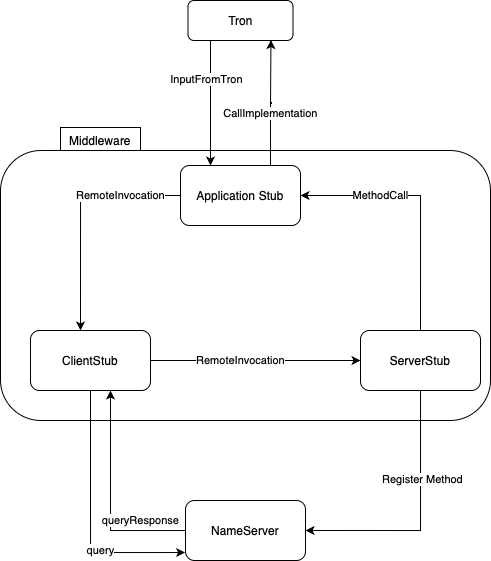
Earlier version of the draw.io export doku-middleware/Middleware-Technischer-Kontext.drawio.png (PrismFox/tron-game). Source tidied: cells renumbered, new cells last; positions are measured from the earlier drawing's top-left corner, leaving out a move shared by most shapes.
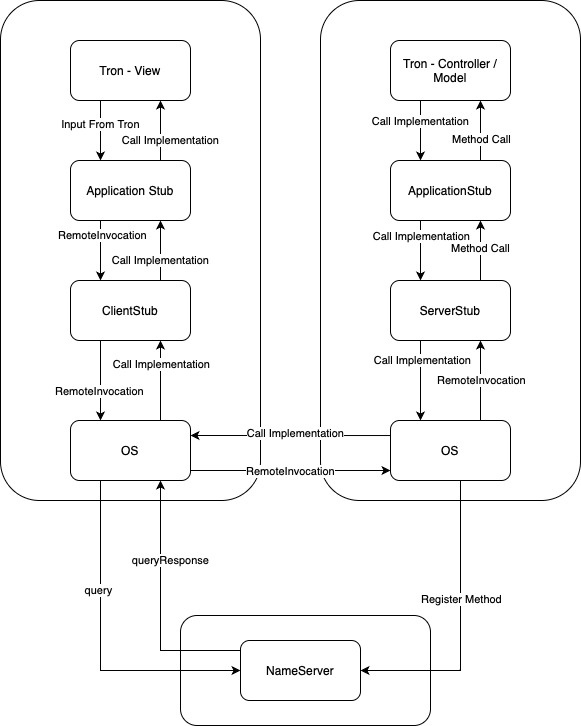
Above is the later version.

What changed in the source:
```diff
@@ -2,110 +2,243 @@
   <root>
     <mxCell id="0" />
     <mxCell id="1" parent="0" />
-    <mxCell id="2" value="Middleware" style="rounded=0;whiteSpace=wrap;html=1;verticalAlign=top;" parent="1" vertex="1">
-      <mxGeometry x="60" y="127" width="80" height="30" as="geometry" />
-    </mxCell>
-    <mxCell id="3" style="rounded=1;whiteSpace=wrap;html=1;" parent="1" vertex="1">
-      <mxGeometry y="150" width="490" height="270" as="geometry" />
-    </mxCell>
-    <mxCell id="4" style="edgeStyle=orthogonalEdgeStyle;rounded=0;jettySize=auto;html=1;entryX=0.25;entryY=0;entryDx=0;entryDy=0;" parent="1" edge="1" target="11">
-      <mxGeometry relative="1" as="geometry">
-        <mxPoint x="210" y="40" as="sourcePoint" />
-      </mxGeometry>
-    </mxCell>
-    <mxCell id="5" value="InputFromTron" style="edgeLabel;html=1;align=center;verticalAlign=middle;" parent="4" vertex="1">
-      <mxGeometry x="-0.24" y="1" relative="1" as="geometry">
-        <mxPoint x="-5" y="-9" as="offset" />
-      </mxGeometry>
-    </mxCell>
-    <mxCell id="6" value="Tron" style="rounded=1;whiteSpace=wrap;html=1;" parent="1" vertex="1">
-      <mxGeometry x="187.5" width="105" height="40" as="geometry" />
-    </mxCell>
-    <mxCell id="7" style="edgeStyle=orthogonalEdgeStyle;rounded=0;jettySize=auto;html=1;entryX=0.79;entryY=0.99;entryDx=0;entryDy=0;exitX=0.75;exitY=0;exitDx=0;exitDy=0;entryPerimeter=0;" parent="1" edge="1" source="11" target="6">
-      <mxGeometry relative="1" as="geometry" />
-    </mxCell>
-    <mxCell id="8" value="CallImplementation" style="edgeLabel;html=1;align=center;verticalAlign=middle;" parent="7" vertex="1">
-      <mxGeometry x="-0.17" relative="1" as="geometry" />
-    </mxCell>
-    <mxCell id="9" style="edgeStyle=orthogonalEdgeStyle;rounded=0;jettySize=auto;html=1;entryX=0.5;entryY=0;entryDx=0;entryDy=0;" parent="1" edge="1" source="11">
-      <mxGeometry relative="1" as="geometry">
-        <mxPoint x="80" y="330" as="targetPoint" />
-      </mxGeometry>
-    </mxCell>
-    <mxCell id="10" value="RemoteInvocation" style="edgeLabel;html=1;align=center;verticalAlign=middle;" parent="9" vertex="1">
-      <mxGeometry x="-0.52" relative="1" as="geometry">
-        <mxPoint x="-4" as="offset" />
-      </mxGeometry>
-    </mxCell>
+    <mxCell id="25" style="rounded=1;whiteSpace=wrap;html=1;" parent="1" vertex="1">
+      <mxGeometry x="800" y="605" width="250" height="110" as="geometry" />
+    </mxCell>
+    <mxCell id="26" style="rounded=1;whiteSpace=wrap;html=1;" parent="1" vertex="1">
+      <mxGeometry x="940" y="-10" width="260" height="500" as="geometry" />
+    </mxCell>
+    <mxCell id="27" style="rounded=1;whiteSpace=wrap;html=1;" parent="1" vertex="1">
+      <mxGeometry x="620" y="-10" width="260" height="500" as="geometry" />
+    </mxCell>
+    <mxCell id="28" style="edgeStyle=orthogonalEdgeStyle;rounded=0;jettySize=auto;html=1;entryX=0.25;entryY=0;entryDx=0;entryDy=0;" parent="1" edge="1" source="11" target="21">
+      <mxGeometry relative="1" as="geometry">
+        <Array as="points">
+          <mxPoint x="720" y="220" />
+          <mxPoint x="720" y="220" />
+        </Array>
+      </mxGeometry>
+    </mxCell>
+    <mxCell id="29" value="RemoteInvocation" style="edgeLabel;html=1;align=center;verticalAlign=middle;" parent="28" vertex="1">
+      <mxGeometry x="-0.14" y="2" relative="1" as="geometry">
+        <mxPoint y="-11" as="offset" />
+      </mxGeometry>
+    </mxCell>
+    <mxCell id="30" style="edgeStyle=orthogonalEdgeStyle;rounded=0;jettySize=auto;html=1;entryX=0.75;entryY=1;entryDx=0;entryDy=0;" parent="1" edge="1" source="11" target="34">
+      <mxGeometry relative="1" as="geometry">
+        <Array as="points">
+          <mxPoint x="780" y="140" />
+          <mxPoint x="780" y="140" />
+        </Array>
+      </mxGeometry>
+    </mxCell>
+    <mxCell id="31" value="Call Implementation" style="edgeLabel;html=1;align=center;verticalAlign=middle;" parent="30" vertex="1">
+      <mxGeometry x="-0.11" y="-1" relative="1" as="geometry">
+        <mxPoint x="9" y="7" as="offset" />
+      </mxGeometry>
+    </mxCell>
     <mxCell id="11" value="Application Stub" style="rounded=1;whiteSpace=wrap;html=1;" parent="1" vertex="1">
-      <mxGeometry x="180" y="165" width="120" height="60" as="geometry" />
+      <mxGeometry x="690" y="150" width="120" height="60" as="geometry" />
     </mxCell>
-    <mxCell id="12" style="edgeStyle=orthogonalEdgeStyle;rounded=0;orthogonalLoop=1;jettySize=auto;html=1;entryX=0;entryY=0.5;entryDx=0;entryDy=0;" parent="1" edge="1">
-      <mxGeometry relative="1" as="geometry">
-        <mxPoint x="140" y="360" as="sourcePoint" />
-        <mxPoint x="360" y="360" as="targetPoint" />
-      </mxGeometry>
-    </mxCell>
-    <mxCell id="13" value="RemoteInvocation" style="edgeLabel;html=1;align=center;verticalAlign=middle;" parent="12" vertex="1">
-      <mxGeometry x="-0.3" relative="1" as="geometry">
-        <mxPoint x="23" as="offset" />
-      </mxGeometry>
-    </mxCell>
-    <mxCell id="14" style="edgeStyle=orthogonalEdgeStyle;rounded=0;jettySize=auto;html=1;entryX=-0.003;entryY=0.872;entryDx=0;entryDy=0;entryPerimeter=0;" parent="1" edge="1" target="20">
-      <mxGeometry relative="1" as="geometry">
-        <mxPoint x="90" y="390" as="sourcePoint" />
-        <Array as="points">
-          <mxPoint x="90" y="552" />
-          <mxPoint x="185" y="552" />
-        </Array>
-      </mxGeometry>
-    </mxCell>
+    <mxCell id="32" style="edgeStyle=orthogonalEdgeStyle;rounded=0;jettySize=auto;html=1;entryX=0.25;entryY=0;entryDx=0;entryDy=0;" parent="1" edge="1" source="34" target="11">
+      <mxGeometry relative="1" as="geometry">
+        <Array as="points">
+          <mxPoint x="720" y="110" />
+          <mxPoint x="720" y="110" />
+        </Array>
+      </mxGeometry>
+    </mxCell>
+    <mxCell id="33" value="Input From Tron" style="edgeLabel;html=1;align=center;verticalAlign=middle;" parent="32" vertex="1">
+      <mxGeometry x="-0.19" y="3" relative="1" as="geometry">
+        <mxPoint x="-3" as="offset" />
+      </mxGeometry>
+    </mxCell>
+    <mxCell id="34" value="Tron - View" style="rounded=1;whiteSpace=wrap;html=1;" parent="1" vertex="1">
+      <mxGeometry x="690" y="30" width="120" height="60" as="geometry" />
+    </mxCell>
+    <mxCell id="35" style="edgeStyle=orthogonalEdgeStyle;rounded=0;jettySize=auto;html=1;entryX=0.75;entryY=1;entryDx=0;entryDy=0;" parent="1" edge="1" source="24" target="50">
+      <mxGeometry relative="1" as="geometry">
+        <Array as="points">
+          <mxPoint x="1100" y="240" />
+          <mxPoint x="1100" y="240" />
+        </Array>
+      </mxGeometry>
+    </mxCell>
+    <mxCell id="36" value="Method Call" style="edgeLabel;html=1;align=center;verticalAlign=middle;" parent="35" vertex="1">
+      <mxGeometry x="0.07" relative="1" as="geometry" />
+    </mxCell>
+    <mxCell id="37" style="edgeStyle=orthogonalEdgeStyle;rounded=0;jettySize=auto;html=1;entryX=0.25;entryY=0;entryDx=0;entryDy=0;" parent="1" edge="1" source="24" target="62">
+      <mxGeometry relative="1" as="geometry">
+        <Array as="points">
+          <mxPoint x="1040" y="340" />
+          <mxPoint x="1040" y="340" />
+        </Array>
+      </mxGeometry>
+    </mxCell>
+    <mxCell id="38" value="Call Implementation" style="edgeLabel;html=1;align=center;verticalAlign=middle;" parent="37" vertex="1">
+      <mxGeometry x="-0.15" y="2" relative="1" as="geometry">
+        <mxPoint y="-14" as="offset" />
+      </mxGeometry>
+    </mxCell>
+    <mxCell id="24" value="ServerStub" style="rounded=1;whiteSpace=wrap;html=1;" parent="1" vertex="1">
+      <mxGeometry x="1010" y="270" width="120" height="60" as="geometry" />
+    </mxCell>
+    <mxCell id="39" style="edgeStyle=orthogonalEdgeStyle;rounded=0;jettySize=auto;html=1;entryX=0.25;entryY=0;entryDx=0;entryDy=0;" parent="1" edge="1" source="41" target="50">
+      <mxGeometry relative="1" as="geometry">
+        <Array as="points">
+          <mxPoint x="1040" y="110" />
+          <mxPoint x="1040" y="110" />
+        </Array>
+      </mxGeometry>
+    </mxCell>
+    <mxCell id="40" value="Call Implementation" style="edgeLabel;html=1;align=center;verticalAlign=middle;" parent="39" vertex="1">
+      <mxGeometry x="-0.21" relative="1" as="geometry">
+        <mxPoint y="-3" as="offset" />
+      </mxGeometry>
+    </mxCell>
+    <mxCell id="41" value="Tron - Controller / Model" style="rounded=1;whiteSpace=wrap;html=1;" parent="1" vertex="1">
+      <mxGeometry x="1010" y="30" width="120" height="60" as="geometry" />
+    </mxCell>
+    <mxCell id="42" style="edgeStyle=orthogonalEdgeStyle;rounded=0;jettySize=auto;html=1;entryX=0.25;entryY=0;entryDx=0;entryDy=0;" parent="1" edge="1" source="21" target="56">
+      <mxGeometry relative="1" as="geometry">
+        <Array as="points">
+          <mxPoint x="720" y="330" />
+          <mxPoint x="720" y="330" />
+        </Array>
+      </mxGeometry>
+    </mxCell>
+    <mxCell id="43" value="RemoteInvocation" style="edgeLabel;html=1;align=center;verticalAlign=middle;" parent="42" vertex="1">
+      <mxGeometry x="-0.12" y="-1" relative="1" as="geometry">
+        <mxPoint y="15" as="offset" />
+      </mxGeometry>
+    </mxCell>
+    <mxCell id="44" style="edgeStyle=orthogonalEdgeStyle;rounded=0;jettySize=auto;html=1;entryX=0.75;entryY=1;entryDx=0;entryDy=0;" parent="1" edge="1" source="21" target="11">
+      <mxGeometry relative="1" as="geometry">
+        <Array as="points">
+          <mxPoint x="780" y="240" />
+          <mxPoint x="780" y="240" />
+        </Array>
+      </mxGeometry>
+    </mxCell>
+    <mxCell id="45" value="Call Implementation" style="edgeLabel;html=1;align=center;verticalAlign=middle;" parent="44" vertex="1">
+      <mxGeometry x="-0.34" relative="1" as="geometry" />
+    </mxCell>
+    <mxCell id="21" value="ClientStub" style="rounded=1;whiteSpace=wrap;html=1;" parent="1" vertex="1">
+      <mxGeometry x="690" y="270" width="120" height="60" as="geometry" />
+    </mxCell>
+    <mxCell id="46" style="edgeStyle=orthogonalEdgeStyle;rounded=0;jettySize=auto;html=1;entryX=0.75;entryY=1;entryDx=0;entryDy=0;" parent="1" edge="1" source="50" target="41">
+      <mxGeometry relative="1" as="geometry">
+        <Array as="points">
+          <mxPoint x="1100" y="140" />
+          <mxPoint x="1100" y="140" />
+        </Array>
+      </mxGeometry>
+    </mxCell>
+    <mxCell id="47" value="Method Call" style="edgeLabel;html=1;align=center;verticalAlign=middle;" parent="46" vertex="1">
+      <mxGeometry x="-0.29" y="-1" relative="1" as="geometry" />
+    </mxCell>
+    <mxCell id="48" style="edgeStyle=orthogonalEdgeStyle;rounded=0;jettySize=auto;html=1;entryX=0.25;entryY=0;entryDx=0;entryDy=0;" parent="1" edge="1" source="50" target="24">
+      <mxGeometry relative="1" as="geometry">
+        <Array as="points">
+          <mxPoint x="1040" y="220" />
+          <mxPoint x="1040" y="220" />
+        </Array>
+      </mxGeometry>
+    </mxCell>
+    <mxCell id="49" value="Call Implementation" style="edgeLabel;html=1;align=center;verticalAlign=middle;" parent="48" vertex="1">
+      <mxGeometry x="-0.28" y="1" relative="1" as="geometry">
+        <mxPoint y="-6" as="offset" />
+      </mxGeometry>
+    </mxCell>
+    <mxCell id="50" value="ApplicationStub" style="rounded=1;whiteSpace=wrap;html=1;" parent="1" vertex="1">
+      <mxGeometry x="1010" y="150" width="120" height="60" as="geometry" />
+    </mxCell>
+    <mxCell id="51" style="edgeStyle=orthogonalEdgeStyle;rounded=0;jettySize=auto;html=1;" parent="1" edge="1" source="56" target="62">
+      <mxGeometry relative="1" as="geometry">
+        <Array as="points">
+          <mxPoint x="830" y="460" />
+          <mxPoint x="830" y="460" />
+        </Array>
+      </mxGeometry>
+    </mxCell>
+    <mxCell id="52" value="RemoteInvocation" style="edgeLabel;html=1;align=center;verticalAlign=middle;" parent="51" vertex="1">
+      <mxGeometry y="-1" relative="1" as="geometry" />
+    </mxCell>
+    <mxCell id="53" style="edgeStyle=orthogonalEdgeStyle;rounded=0;jettySize=auto;html=1;entryX=0;entryY=0.5;entryDx=0;entryDy=0;" parent="1" edge="1" source="56" target="20">
+      <mxGeometry relative="1" as="geometry">
+        <Array as="points">
+          <mxPoint x="720" y="660" />
+        </Array>
+      </mxGeometry>
+    </mxCell>
-    <mxCell id="15" value="query" style="edgeLabel;html=1;align=center;verticalAlign=middle;" parent="14" vertex="1">
-      <mxGeometry x="-0.06" y="1" relative="1" as="geometry">
-        <mxPoint x="9" y="39" as="offset" />
+    <mxCell id="15" value="query" style="edgeLabel;html=1;align=center;verticalAlign=middle;" parent="53" vertex="1">
+      <mxGeometry x="-0.36" y="-2" relative="1" as="geometry">
+        <mxPoint y="4" as="offset" />
       </mxGeometry>
     </mxCell>
-    <mxCell id="16" style="edgeStyle=orthogonalEdgeStyle;rounded=0;jettySize=auto;html=1;entryX=1;entryY=0.5;entryDx=0;entryDy=0;" parent="1" edge="1" target="11">
-      <mxGeometry relative="1" as="geometry">
-        <mxPoint x="420" y="330" as="sourcePoint" />
-        <Array as="points">
-          <mxPoint x="420" y="195" />
-        </Array>
-      </mxGeometry>
-    </mxCell>
-    <mxCell id="17" value="MethodCall" style="edgeLabel;html=1;align=center;verticalAlign=middle;" parent="16" vertex="1">
-      <mxGeometry x="0.48" y="1" relative="1" as="geometry">
-        <mxPoint x="13" y="-1" as="offset" />
-      </mxGeometry>
-    </mxCell>
-    <mxCell id="18" style="edgeStyle=orthogonalEdgeStyle;rounded=0;jettySize=auto;html=1;entryX=0.75;entryY=1;entryDx=0;entryDy=0;" parent="1" edge="1" source="20">
-      <mxGeometry relative="1" as="geometry">
-        <mxPoint x="110" y="390" as="targetPoint" />
-      </mxGeometry>
-    </mxCell>
+    <mxCell id="54" style="edgeStyle=orthogonalEdgeStyle;rounded=0;jettySize=auto;html=1;entryX=0.75;entryY=1;entryDx=0;entryDy=0;" parent="1" edge="1" source="56" target="21">
+      <mxGeometry relative="1" as="geometry">
+        <Array as="points">
+          <mxPoint x="780" y="390" />
+          <mxPoint x="780" y="390" />
+        </Array>
+      </mxGeometry>
+    </mxCell>
+    <mxCell id="55" value="Call Implementation" style="edgeLabel;html=1;align=center;verticalAlign=middle;" parent="54" vertex="1">
+      <mxGeometry x="0.39" y="-1" relative="1" as="geometry" />
+    </mxCell>
+    <mxCell id="56" value="OS" style="rounded=1;whiteSpace=wrap;html=1;" parent="1" vertex="1">
+      <mxGeometry x="690" y="410" width="120" height="60" as="geometry" />
+    </mxCell>
+    <mxCell id="57" style="edgeStyle=orthogonalEdgeStyle;rounded=0;jettySize=auto;html=1;entryX=0.75;entryY=1;entryDx=0;entryDy=0;" parent="1" edge="1" source="62" target="24">
+      <mxGeometry relative="1" as="geometry">
+        <Array as="points">
+          <mxPoint x="1100" y="380" />
+          <mxPoint x="1100" y="380" />
+        </Array>
+      </mxGeometry>
+    </mxCell>
+    <mxCell id="58" value="RemoteInvocation" style="edgeLabel;html=1;align=center;verticalAlign=middle;" parent="57" vertex="1">
+      <mxGeometry x="-0.01" y="-1" relative="1" as="geometry" />
+    </mxCell>
+    <mxCell id="59" style="edgeStyle=orthogonalEdgeStyle;rounded=0;jettySize=auto;html=1;entryX=1;entryY=0.5;entryDx=0;entryDy=0;" parent="1" edge="1" source="62" target="20">
+      <mxGeometry relative="1" as="geometry">
+        <Array as="points">
+          <mxPoint x="1080" y="660" />
+        </Array>
+      </mxGeometry>
+    </mxCell>
+    <mxCell id="23" value="Register Method" style="edgeLabel;html=1;align=center;verticalAlign=middle;" parent="59" vertex="1">
+      <mxGeometry x="-0.18" y="1" relative="1" as="geometry" />
+    </mxCell>
+    <mxCell id="60" style="edgeStyle=orthogonalEdgeStyle;rounded=0;jettySize=auto;html=1;entryX=1;entryY=0.25;entryDx=0;entryDy=0;" parent="1" edge="1" source="62" target="56">
+      <mxGeometry relative="1" as="geometry">
+        <Array as="points">
+          <mxPoint x="960" y="425" />
+          <mxPoint x="960" y="425" />
+        </Array>
+      </mxGeometry>
+    </mxCell>
+    <mxCell id="61" value="Call Implementation" style="edgeLabel;html=1;align=center;verticalAlign=middle;" parent="60" vertex="1">
+      <mxGeometry x="-0.05" y="-2" relative="1" as="geometry" />
+    </mxCell>
+    <mxCell id="62" value="OS" style="rounded=1;whiteSpace=wrap;html=1;" parent="1" vertex="1">
+      <mxGeometry x="1010" y="410" width="120" height="60" as="geometry" />
+    </mxCell>
+    <mxCell id="63" style="edgeStyle=orthogonalEdgeStyle;rounded=0;jettySize=auto;html=1;entryX=0.75;entryY=1;entryDx=0;entryDy=0;" parent="1" edge="1" source="20" target="56">
+      <mxGeometry relative="1" as="geometry">
+        <Array as="points">
+          <mxPoint x="780" y="640" />
+        </Array>
+      </mxGeometry>
+    </mxCell>
-    <mxCell id="19" value="queryResponse" style="edgeLabel;html=1;align=center;verticalAlign=middle;" parent="18" vertex="1">
-      <mxGeometry x="0.03" relative="1" as="geometry">
-        <mxPoint x="30" y="26" as="offset" />
+    <mxCell id="19" value="queryResponse" style="edgeLabel;html=1;align=center;verticalAlign=middle;" parent="63" vertex="1">
+      <mxGeometry x="0.54" relative="1" as="geometry">
+        <mxPoint x="10" y="22" as="offset" />
       </mxGeometry>
     </mxCell>
     <mxCell id="20" value="NameServer" style="rounded=1;whiteSpace=wrap;html=1;" parent="1" vertex="1">
-      <mxGeometry x="185" y="500" width="120" height="60" as="geometry" />
+      <mxGeometry x="860" y="630" width="120" height="60" as="geometry" />
     </mxCell>
-    <mxCell id="21" value="ClientStub" style="rounded=1;whiteSpace=wrap;html=1;" parent="1" vertex="1">
-      <mxGeometry x="30" y="330" width="120" height="60" as="geometry" />
-    </mxCell>
-    <mxCell id="22" style="edgeStyle=orthogonalEdgeStyle;rounded=0;jettySize=auto;html=1;entryX=1;entryY=0.5;entryDx=0;entryDy=0;" parent="1" edge="1" source="24" target="20">
-      <mxGeometry relative="1" as="geometry">
-        <Array as="points">
-          <mxPoint x="420" y="530" />
-        </Array>
-      </mxGeometry>
-    </mxCell>
-    <mxCell id="23" value="Register Method" style="edgeLabel;html=1;align=center;verticalAlign=middle;" parent="22" vertex="1">
-      <mxGeometry x="-0.3" y="2" relative="1" as="geometry" />
-    </mxCell>
-    <mxCell id="24" value="ServerStub" style="rounded=1;whiteSpace=wrap;html=1;" parent="1" vertex="1">
-      <mxGeometry x="360" y="330" width="120" height="60" as="geometry" />
-    </mxCell>
   </root>
 </mxGraphModel>
```
